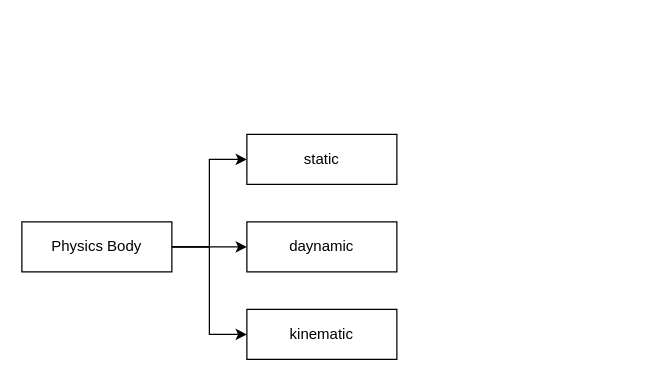
The draw.io diagram physics.drawio in loleng/mediatools, before the edit. Source tidied: cells renumbered, new cells numbered last; positions are measured from the earlier drawing's top-left corner, leaving out a move shared by most shapes. Both pictures are drawn from the tidied source at 125%, with x=0, y=0 at pixel (21, 134).
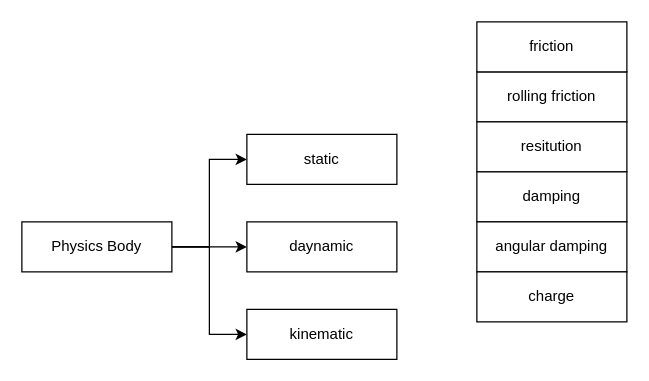
The same page after the edit.

Change to the diagram source:
```diff
@@
 <mxGraphModel>
   <root>
     <mxCell id="0" />
     <mxCell id="1" parent="0" />
     <mxCell id="2" style="edgeStyle=orthogonalEdgeStyle;rounded=0;jettySize=auto;html=1;entryX=0;entryY=0.5;entryDx=0;entryDy=0;" parent="1" edge="1" source="5" target="6">
       <mxGeometry relative="1" as="geometry" />
     </mxCell>
     <mxCell id="3" style="edgeStyle=orthogonalEdgeStyle;rounded=0;jettySize=auto;html=1;" parent="1" edge="1" source="5" target="7">
       <mxGeometry relative="1" as="geometry" />
     </mxCell>
     <mxCell id="4" style="edgeStyle=orthogonalEdgeStyle;rounded=0;jettySize=auto;html=1;entryX=0;entryY=0.5;entryDx=0;entryDy=0;" parent="1" edge="1" source="5" target="8">
       <mxGeometry relative="1" as="geometry" />
     </mxCell>
     <mxCell id="5" value="Physics Body" style="rounded=0;whiteSpace=wrap;html=1;" parent="1" vertex="1">
       <mxGeometry y="70" width="120" height="40" as="geometry" />
     </mxCell>
     <mxCell id="6" value="static" style="rounded=0;whiteSpace=wrap;html=1;" parent="1" vertex="1">
       <mxGeometry x="180" width="120" height="40" as="geometry" />
     </mxCell>
     <mxCell id="7" value="daynamic" style="rounded=0;whiteSpace=wrap;html=1;" parent="1" vertex="1">
       <mxGeometry x="180" y="70" width="120" height="40" as="geometry" />
     </mxCell>
     <mxCell id="8" value="kinematic" style="rounded=0;whiteSpace=wrap;html=1;" parent="1" vertex="1">
       <mxGeometry x="180" y="140" width="120" height="40" as="geometry" />
     </mxCell>
+    <mxCell id="9" value="rolling friction" style="rounded=0;whiteSpace=wrap;html=1;" parent="1" vertex="1">
+      <mxGeometry x="364" y="-50" width="120" height="40" as="geometry" />
+    </mxCell>
+    <mxCell id="10" value="resitution" style="rounded=0;whiteSpace=wrap;html=1;" parent="1" vertex="1">
+      <mxGeometry x="364" y="-10" width="120" height="40" as="geometry" />
+    </mxCell>
+    <mxCell id="11" value="friction" style="rounded=0;whiteSpace=wrap;html=1;" parent="1" vertex="1">
+      <mxGeometry x="364" y="-90" width="120" height="40" as="geometry" />
+    </mxCell>
+    <mxCell id="12" value="damping" style="rounded=0;whiteSpace=wrap;html=1;" parent="1" vertex="1">
+      <mxGeometry x="364" y="30" width="120" height="40" as="geometry" />
+    </mxCell>
+    <mxCell id="13" value="angular damping" style="rounded=0;whiteSpace=wrap;html=1;" parent="1" vertex="1">
+      <mxGeometry x="364" y="70" width="120" height="40" as="geometry" />
+    </mxCell>
+    <mxCell id="14" value="charge" style="rounded=0;whiteSpace=wrap;html=1;" parent="1" vertex="1">
+      <mxGeometry x="364" y="110" width="120" height="40" as="geometry" />
+    </mxCell>
   </root>
 </mxGraphModel>
```
